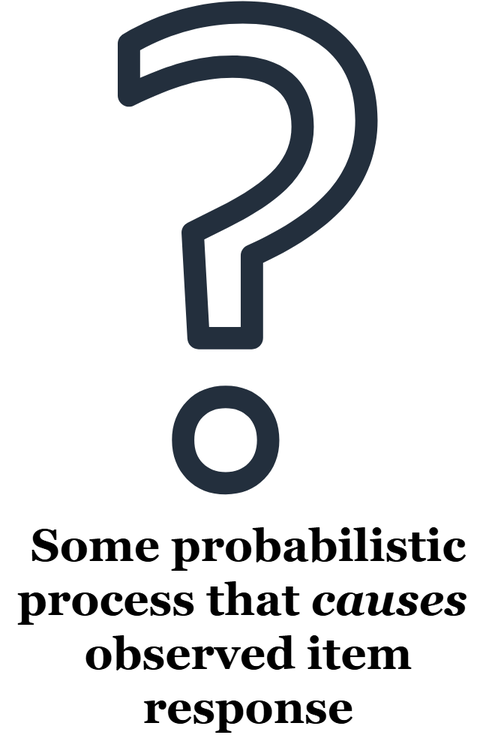
Above: SPUDM/Additional files/images/Figure_1.png in quinix45/Conferences_2025 (draw.io), before the change. Source tidied: cells renumbered, new cells last; positions are measured from the earlier drawing's top-left corner, leaving out a move shared by most shapes.
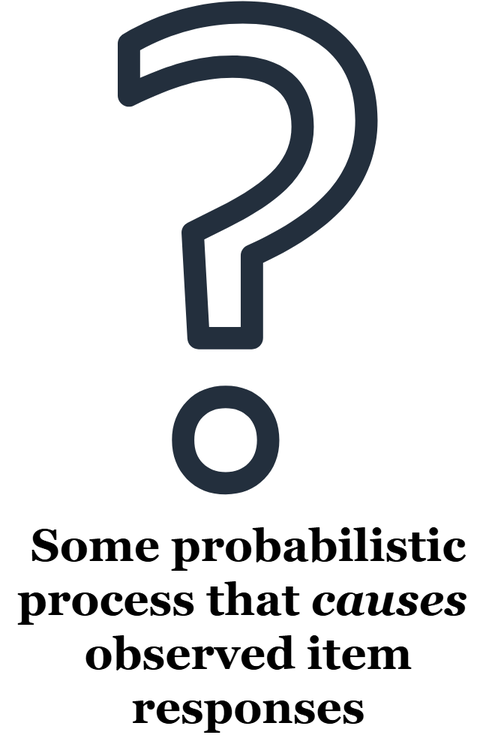
The same diagram one commit later.

The edit, as a diff of the source:
```diff
@@ -5,7 +5,7 @@
     <mxCell id="2" style="sketch=0;fontColor=#232F3E;gradientColor=none;fillColor=#232F3D;strokeColor=none;dashed=0;verticalLabelPosition=bottom;verticalAlign=top;align=center;html=1;fontSize=12;fontStyle=0;shape=mxgraph.aws4.question;" parent="1" vertex="1">
       <mxGeometry x="78" y="-0.1" width="173.2" height="329.6" as="geometry" />
     </mxCell>
-    <mxCell id="3" value="&lt;font face=&quot;Georgia&quot;&gt;&lt;span style=&quot;font-size: 30px;&quot;&gt;&lt;b&gt;Some probabilistic&lt;/b&gt;&lt;/span&gt;&lt;/font&gt;&lt;div&gt;&lt;font face=&quot;Georgia&quot;&gt;&lt;span style=&quot;font-size: 30px;&quot;&gt;&lt;b&gt;process that &lt;i&gt;causes&lt;/i&gt;&amp;nbsp;&lt;/b&gt;&lt;/span&gt;&lt;/font&gt;&lt;/div&gt;&lt;div&gt;&lt;font face=&quot;Georgia&quot;&gt;&lt;span style=&quot;font-size: 30px;&quot;&gt;&lt;b&gt;observed item&lt;/b&gt;&lt;/span&gt;&lt;/font&gt;&lt;/div&gt;&lt;div&gt;&lt;font face=&quot;Georgia&quot;&gt;&lt;span style=&quot;font-size: 30px;&quot;&gt;&lt;b&gt;response&lt;/b&gt;&lt;/span&gt;&lt;/font&gt;&lt;/div&gt;" style="text;html=1;align=center;verticalAlign=middle;strokeColor=none;fillColor=none;" parent="1" vertex="1">
+    <mxCell id="3" value="&lt;font face=&quot;Georgia&quot;&gt;&lt;span style=&quot;font-size: 30px;&quot;&gt;&lt;b&gt;Some probabilistic&lt;/b&gt;&lt;/span&gt;&lt;/font&gt;&lt;div&gt;&lt;font face=&quot;Georgia&quot;&gt;&lt;span style=&quot;font-size: 30px;&quot;&gt;&lt;b&gt;process that &lt;i&gt;causes&lt;/i&gt;&amp;nbsp;&lt;/b&gt;&lt;/span&gt;&lt;/font&gt;&lt;/div&gt;&lt;div&gt;&lt;font face=&quot;Georgia&quot;&gt;&lt;span style=&quot;font-size: 30px;&quot;&gt;&lt;b&gt;observed item&lt;/b&gt;&lt;/span&gt;&lt;/font&gt;&lt;/div&gt;&lt;div&gt;&lt;font face=&quot;Georgia&quot;&gt;&lt;span style=&quot;font-size: 30px;&quot;&gt;&lt;b&gt;responses&lt;/b&gt;&lt;/span&gt;&lt;/font&gt;&lt;/div&gt;" style="text;html=1;align=center;verticalAlign=middle;strokeColor=none;fillColor=none;" parent="1" vertex="1">
       <mxGeometry x="-0.4" y="337" width="330" height="160" as="geometry" />
     </mxCell>
   </root>
```
